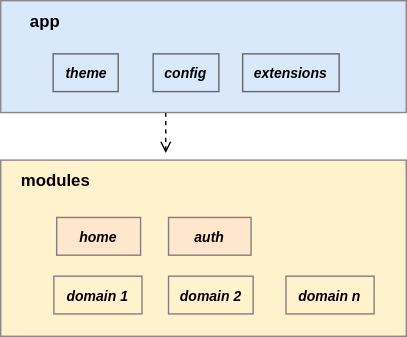
This is docs/diagrams/pigal_project_architecture.drawio.svg from MalcomChumchouaPenda/Pigal-Flask, a draw.io export, as it was before one commit. Source tidied: cells renumbered, new cells last; positions are measured from the earlier drawing's top-left corner, leaving out a move shared by most shapes.
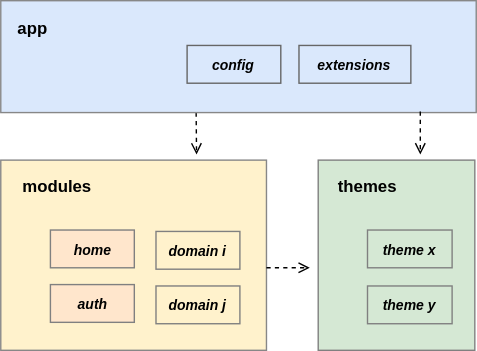
The same file after the commit.

What changed in the source:
```diff
@@ -3,46 +3,64 @@
     <mxCell id="0" />
     <mxCell id="1" parent="0" />
     <mxCell id="2" style="rounded=0;whiteSpace=wrap;html=1;fillColor=#fff2cc;strokeColor=#878787;fontSize=12;" parent="1" vertex="1">
-      <mxGeometry y="114" width="290" height="126" as="geometry" />
+      <mxGeometry x="-20" y="94" width="190" height="136" as="geometry" />
     </mxCell>
-    <mxCell id="3" style="rounded=0;orthogonalLoop=1;jettySize=auto;html=1;dashed=1;endArrow=open;endFill=0;fontSize=12;startArrow=none;startFill=0;exitX=0.25;exitY=1;exitDx=0;exitDy=0;" parent="1" edge="1">
+    <mxCell id="3" style="rounded=0;orthogonalLoop=1;jettySize=auto;html=1;dashed=1;endArrow=open;endFill=0;fontSize=12;startArrow=none;startFill=0;exitX=0.287;exitY=1;exitDx=0;exitDy=0;exitPerimeter=0;" parent="1" edge="1">
       <mxGeometry relative="1" as="geometry">
-        <mxPoint x="118" y="80" as="sourcePoint" />
-        <mxPoint x="118" y="109" as="targetPoint" />
+        <mxPoint x="119.7" y="60" as="sourcePoint" />
+        <mxPoint x="120" y="90" as="targetPoint" />
       </mxGeometry>
     </mxCell>
     <mxCell id="4" style="rounded=0;whiteSpace=wrap;html=1;fillColor=#dae8fc;fontStyle=1;fontSize=12;strokeColor=#878787;" parent="1" vertex="1">
-      <mxGeometry width="290" height="80" as="geometry" />
+      <mxGeometry x="-20" y="-20" width="340" height="80" as="geometry" />
     </mxCell>
     <mxCell id="5" value="modules" style="text;html=1;strokeColor=none;fillColor=none;align=center;verticalAlign=middle;whiteSpace=wrap;rounded=0;fontStyle=1;fontSize=12;" parent="1" vertex="1">
-      <mxGeometry x="14" y="114" width="51" height="30" as="geometry" />
+      <mxGeometry x="-16" y="98" width="73" height="30" as="geometry" />
     </mxCell>
-    <mxCell id="6" value="domain 2" style="rounded=0;whiteSpace=wrap;html=1;fillColor=none;fontStyle=3;fontSize=10;strokeColor=#808080;strokeWidth=1;" parent="1" vertex="1">
-      <mxGeometry x="120" y="197" width="60.5" height="27" as="geometry" />
+    <mxCell id="6" value="domain j" style="rounded=0;whiteSpace=wrap;html=1;fillColor=none;fontStyle=3;fontSize=10;strokeColor=#808080;strokeWidth=1;" parent="1" vertex="1">
+      <mxGeometry x="91" y="184" width="60" height="27" as="geometry" />
     </mxCell>
     <mxCell id="7" value="app" style="text;html=1;strokeColor=none;fillColor=none;align=center;verticalAlign=middle;whiteSpace=wrap;rounded=0;fontStyle=1;fontSize=12;" parent="1" vertex="1">
-      <mxGeometry x="14" width="35.5" height="30" as="geometry" />
+      <mxGeometry x="-15.5" y="-15" width="35.5" height="30" as="geometry" />
     </mxCell>
-    <mxCell id="8" value="domain 1" style="rounded=0;whiteSpace=wrap;html=1;fillColor=none;fontStyle=3;fontSize=10;strokeColor=#808080;strokeWidth=1;" parent="1" vertex="1">
-      <mxGeometry x="38" y="197" width="63" height="27" as="geometry" />
+    <mxCell id="8" value="domain i" style="rounded=0;whiteSpace=wrap;html=1;fillColor=none;fontStyle=3;fontSize=10;strokeColor=#808080;strokeWidth=1;" parent="1" vertex="1">
+      <mxGeometry x="91" y="145" width="60" height="27" as="geometry" />
     </mxCell>
     <mxCell id="9" value="config" style="rounded=0;whiteSpace=wrap;html=1;fillColor=#dae8fc;fontStyle=3;fontSize=10;strokeColor=#666666;strokeWidth=1;" parent="1" vertex="1">
-      <mxGeometry x="109" y="38" width="47" height="27" as="geometry" />
+      <mxGeometry x="113.2" y="12" width="67" height="27" as="geometry" />
     </mxCell>
     <mxCell id="10" value="extensions" style="rounded=0;whiteSpace=wrap;html=1;fillColor=#dae8fc;fontStyle=3;fontSize=10;strokeColor=#666666;strokeWidth=1;" parent="1" vertex="1">
-      <mxGeometry x="173" y="38" width="69" height="27" as="geometry" />
+      <mxGeometry x="193.2" y="12" width="80" height="27" as="geometry" />
     </mxCell>
-    <mxCell id="11" value="theme" style="rounded=0;whiteSpace=wrap;html=1;fillColor=#dae8fc;fontStyle=3;fontSize=10;strokeColor=#666666;strokeWidth=1;" parent="1" vertex="1">
-      <mxGeometry x="37.5" y="38" width="46.5" height="27" as="geometry" />
-    </mxCell>
     <mxCell id="12" value="home" style="rounded=0;whiteSpace=wrap;html=1;fillColor=#FFE6CC;fontStyle=3;fontSize=10;strokeColor=#808080;strokeWidth=1;" parent="1" vertex="1">
-      <mxGeometry x="40" y="155" width="60" height="27" as="geometry" />
+      <mxGeometry x="15.5" y="144" width="60" height="27" as="geometry" />
     </mxCell>
     <mxCell id="13" value="auth" style="rounded=0;whiteSpace=wrap;html=1;fillColor=#FFE6CC;fontStyle=3;fontSize=10;strokeColor=#808080;strokeWidth=1;" parent="1" vertex="1">
-      <mxGeometry x="120" y="155" width="59" height="27" as="geometry" />
+      <mxGeometry x="15.5" y="183" width="60" height="27" as="geometry" />
     </mxCell>
-    <mxCell id="14" value="domain n" style="rounded=0;whiteSpace=wrap;html=1;fillColor=none;fontStyle=3;fontSize=10;strokeColor=#808080;strokeWidth=1;" parent="1" vertex="1">
-      <mxGeometry x="204" y="197" width="63" height="27" as="geometry" />
+    <mxCell id="14" style="rounded=0;whiteSpace=wrap;html=1;fillColor=#d5e8d4;strokeColor=#808080;fontSize=12;" parent="1" vertex="1">
+      <mxGeometry x="207" y="94" width="112" height="136" as="geometry" />
     </mxCell>
+    <mxCell id="15" value="themes" style="text;html=1;strokeColor=none;fillColor=none;align=center;verticalAlign=middle;whiteSpace=wrap;rounded=0;fontStyle=1;fontSize=12;" parent="1" vertex="1">
+      <mxGeometry x="209" y="98" width="67" height="30" as="geometry" />
+    </mxCell>
+    <mxCell id="16" value="theme x" style="rounded=0;whiteSpace=wrap;html=1;fillColor=none;fontStyle=3;fontSize=10;strokeColor=#808080;strokeWidth=1;" parent="1" vertex="1">
+      <mxGeometry x="242.2" y="144" width="60.5" height="27" as="geometry" />
+    </mxCell>
+    <mxCell id="17" value="theme y" style="rounded=0;whiteSpace=wrap;html=1;fillColor=none;fontStyle=3;fontSize=10;strokeColor=#808080;strokeWidth=1;" parent="1" vertex="1">
+      <mxGeometry x="242.2" y="184" width="60.5" height="27" as="geometry" />
+    </mxCell>
+    <mxCell id="18" style="rounded=0;orthogonalLoop=1;jettySize=auto;html=1;dashed=1;endArrow=open;endFill=0;fontSize=12;startArrow=none;startFill=0;exitX=0.837;exitY=0.99;exitDx=0;exitDy=0;exitPerimeter=0;" parent="1" edge="1">
+      <mxGeometry relative="1" as="geometry">
+        <mxPoint x="280" y="59.2" as="sourcePoint" />
+        <mxPoint x="280" y="90" as="targetPoint" />
+      </mxGeometry>
+    </mxCell>
+    <mxCell id="19" style="rounded=0;orthogonalLoop=1;jettySize=auto;html=1;dashed=1;endArrow=open;endFill=0;fontSize=12;startArrow=none;startFill=0;exitX=1;exitY=0.5;exitDx=0;exitDy=0;entryX=0;entryY=0.5;entryDx=0;entryDy=0;" parent="1" edge="1">
+      <mxGeometry relative="1" as="geometry">
+        <mxPoint x="170" y="171" as="sourcePoint" />
+        <mxPoint x="201" y="171" as="targetPoint" />
+      </mxGeometry>
+    </mxCell>
   </root>
 </mxGraphModel>
```
